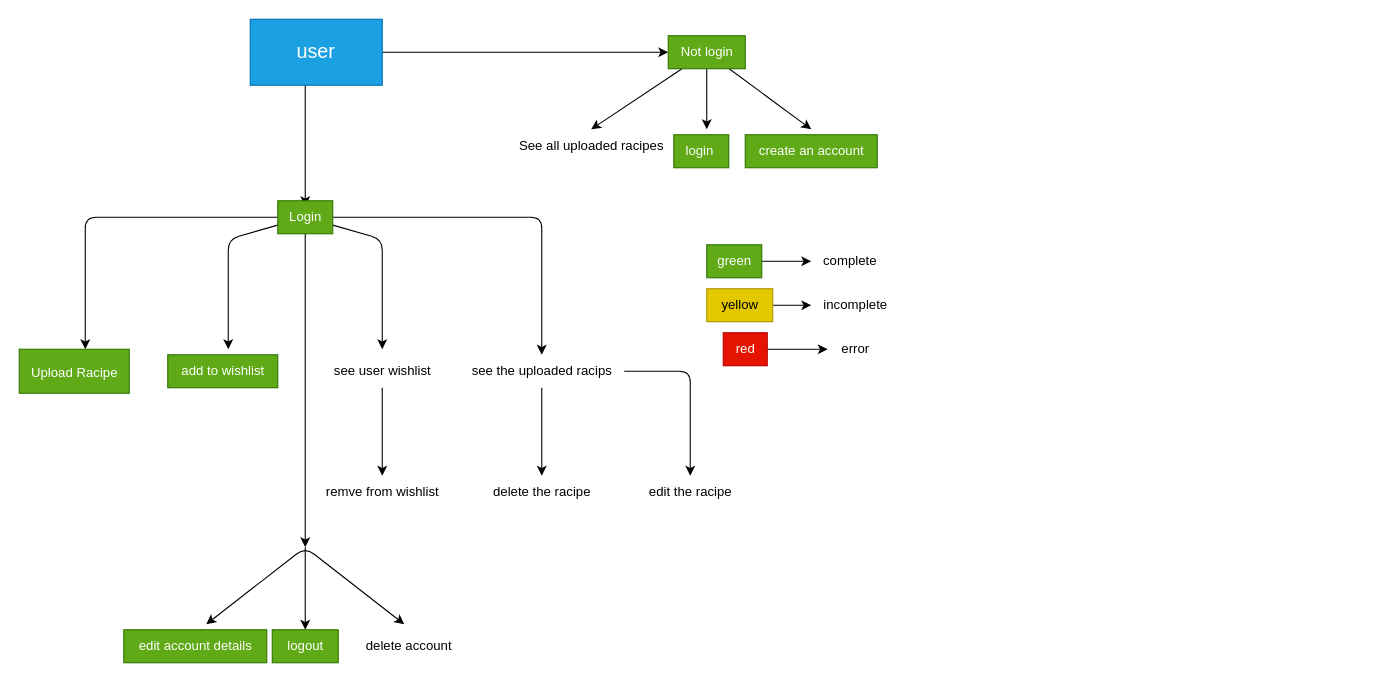
This is planning.drawio from aamir-067/racipe-project, a draw.io file, before an edit. Source tidied: cells renumbered, new cells numbered last; positions are measured from the earlier drawing's top-left corner, leaving out a move shared by most shapes. Both pictures are drawn from the tidied source at 110%, with x=0, y=0 at pixel (19, 19).
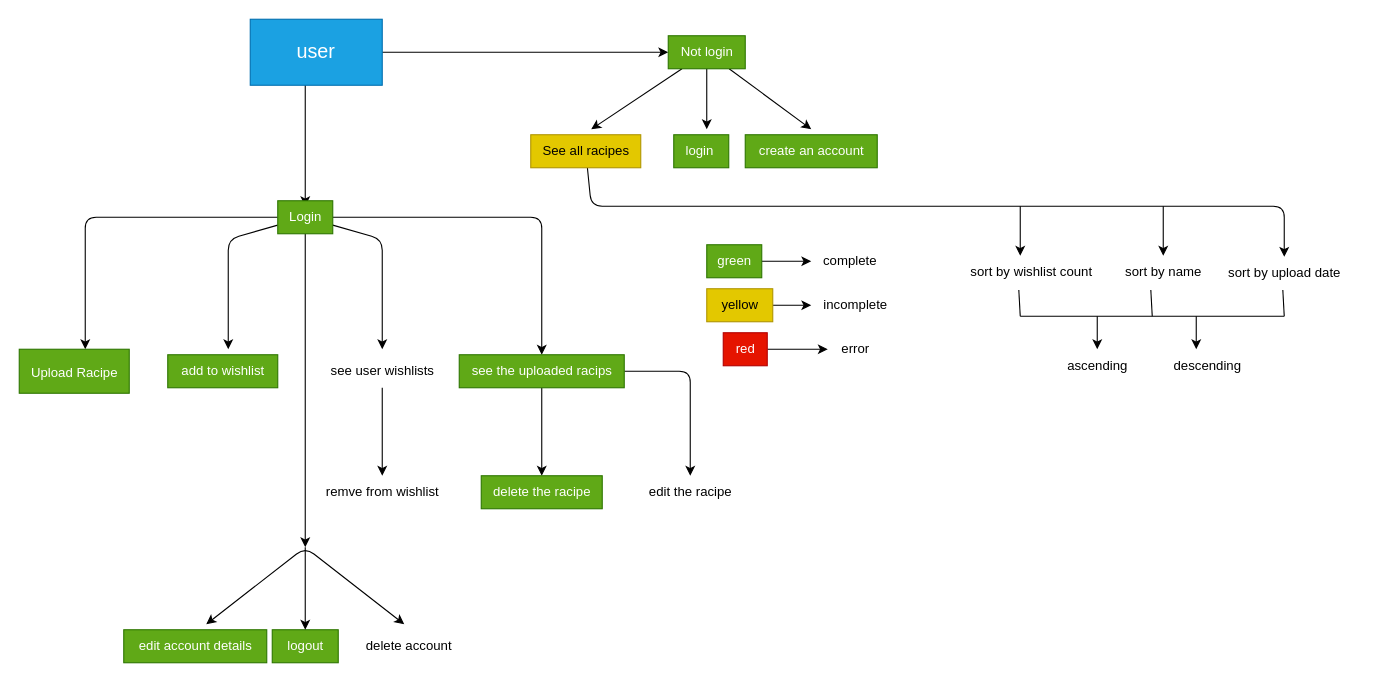
After the change.

Diff of the diagram source:
```diff
@@
-    <mxCell id="18" value="see user wishlist" style="text;html=1;align=center;verticalAlign=middle;points=[];strokeColor=none;fillColor=none;fontSize=12;" parent="1" vertex="1">
-      <mxGeometry x="275" y="305" width="110" height="30" as="geometry" />
+    <mxCell id="18" value="see user wishlists" style="text;html=1;align=center;verticalAlign=middle;points=[];strokeColor=none;fillColor=none;fontSize=12;" parent="1" vertex="1">
+      <mxGeometry x="270" y="305" width="120" height="30" as="geometry" />
     </mxCell>
@@
-    <mxCell id="21" value="see the uploaded racips" style="text;html=1;align=center;verticalAlign=middle;points=[];strokeColor=none;fillColor=none;fontSize=12;" parent="1" vertex="1">
+    <mxCell id="21" value="see the uploaded racips" style="text;html=1;align=center;verticalAlign=middle;points=[];strokeColor=#2D7600;fillColor=#60a917;fontSize=12;fontColor=#ffffff;" parent="1" vertex="1">
       <mxGeometry x="400" y="305" width="150" height="30" as="geometry" />
     </mxCell>
+    <mxCell id="42" style="edgeStyle=none;html=1;" parent="1" edge="1" source="22" target="45">
+      <mxGeometry relative="1" as="geometry">
+        <Array as="points">
+          <mxPoint x="520" y="170" />
+          <mxPoint x="1150" y="170" />
+        </Array>
+      </mxGeometry>
+    </mxCell>
-    <mxCell id="22" value="See all uploaded racipes" style="text;html=1;align=center;verticalAlign=middle;points=[];strokeColor=none;fillColor=none;fontSize=12;" parent="1" vertex="1">
-      <mxGeometry x="445" y="100" width="150" height="30" as="geometry" />
+    <mxCell id="22" value="See all racipes" style="text;html=1;align=center;verticalAlign=middle;points=[];strokeColor=#B09500;fillColor=#e3c800;fontSize=12;fontColor=#000000;" parent="1" vertex="1">
+      <mxGeometry x="465" y="105" width="100" height="30" as="geometry" />
     </mxCell>
@@
-    <mxCell id="25" value="delete the racipe" style="text;html=1;align=center;verticalAlign=middle;points=[];strokeColor=none;fillColor=none;fontSize=12;" parent="1" vertex="1">
+    <mxCell id="25" value="delete the racipe" style="text;html=1;align=center;verticalAlign=middle;points=[];strokeColor=#2D7600;fillColor=#60a917;fontSize=12;fontColor=#ffffff;" parent="1" vertex="1">
       <mxGeometry x="420" y="415" width="110" height="30" as="geometry" />
     </mxCell>
@@
+    <mxCell id="43" value="sort by wishlist count" style="text;html=1;align=center;verticalAlign=middle;points=[];strokeColor=none;fillColor=none;" parent="1" vertex="1">
+      <mxGeometry x="855" y="215" width="130" height="30" as="geometry" />
+    </mxCell>
+    <mxCell id="44" value="sort by name" style="text;html=1;align=center;verticalAlign=middle;points=[];strokeColor=none;fillColor=none;" parent="1" vertex="1">
+      <mxGeometry x="995" y="215" width="90" height="30" as="geometry" />
+    </mxCell>
+    <mxCell id="45" value="sort by upload date" style="text;html=1;align=center;verticalAlign=middle;points=[];strokeColor=none;fillColor=none;" parent="1" vertex="1">
+      <mxGeometry x="1085" y="216" width="130" height="30" as="geometry" />
+    </mxCell>
+    <mxCell id="46" value="ascending" style="text;html=1;align=center;verticalAlign=middle;points=[];strokeColor=none;fillColor=none;" parent="1" vertex="1">
+      <mxGeometry x="940" y="300" width="80" height="30" as="geometry" />
+    </mxCell>
+    <mxCell id="47" value="descending" style="text;html=1;align=center;verticalAlign=middle;strokeColor=none;fillColor=none;" parent="1" vertex="1">
+      <mxGeometry x="1040" y="300" width="80" height="30" as="geometry" />
+    </mxCell>
+    <mxCell id="48" style="endArrow=none;html=1;" parent="1" edge="1">
+      <mxGeometry relative="1" as="geometry">
+        <mxPoint x="910" y="270" as="sourcePoint" />
+        <mxPoint x="1150" y="270" as="targetPoint" />
+      </mxGeometry>
+    </mxCell>
+    <mxCell id="49" style="endArrow=classic;html=1;" parent="1" edge="1" target="46">
+      <mxGeometry relative="1" as="geometry">
+        <mxPoint x="980" y="270" as="sourcePoint" />
+      </mxGeometry>
+    </mxCell>
+    <mxCell id="50" style="endArrow=classic;html=1;" parent="1" edge="1">
+      <mxGeometry relative="1" as="geometry">
+        <mxPoint x="1070" y="270" as="sourcePoint" />
+        <mxPoint x="1070" y="300" as="targetPoint" />
+      </mxGeometry>
+    </mxCell>
+    <mxCell id="51" style="endArrow=none;html=1;entryX=0.413;entryY=1.039;entryDx=0;entryDy=0;entryPerimeter=0;" parent="1" edge="1" target="43">
+      <mxGeometry relative="1" as="geometry">
+        <mxPoint x="910" y="270" as="sourcePoint" />
+      </mxGeometry>
+    </mxCell>
+    <mxCell id="52" style="endArrow=none;html=1;entryX=0.413;entryY=1.039;entryDx=0;entryDy=0;entryPerimeter=0;" parent="1" edge="1">
+      <mxGeometry relative="1" as="geometry">
+        <mxPoint x="1030" y="270" as="sourcePoint" />
+        <mxPoint x="1028.7" y="246.2" as="targetPoint" />
+      </mxGeometry>
+    </mxCell>
+    <mxCell id="53" style="endArrow=none;html=1;entryX=0.413;entryY=1.039;entryDx=0;entryDy=0;entryPerimeter=0;" parent="1" edge="1">
+      <mxGeometry relative="1" as="geometry">
+        <mxPoint x="1150" y="270" as="sourcePoint" />
+        <mxPoint x="1148.7" y="246.2" as="targetPoint" />
+      </mxGeometry>
+    </mxCell>
+    <mxCell id="54" style="endArrow=classic;html=1;" parent="1" edge="1" target="44">
+      <mxGeometry relative="1" as="geometry">
+        <mxPoint x="1040" y="170" as="sourcePoint" />
+      </mxGeometry>
+    </mxCell>
+    <mxCell id="55" style="endArrow=classic;html=1;" parent="1" edge="1">
+      <mxGeometry relative="1" as="geometry">
+        <mxPoint x="910" y="170" as="sourcePoint" />
+        <mxPoint x="910" y="215" as="targetPoint" />
+      </mxGeometry>
+    </mxCell>
```
